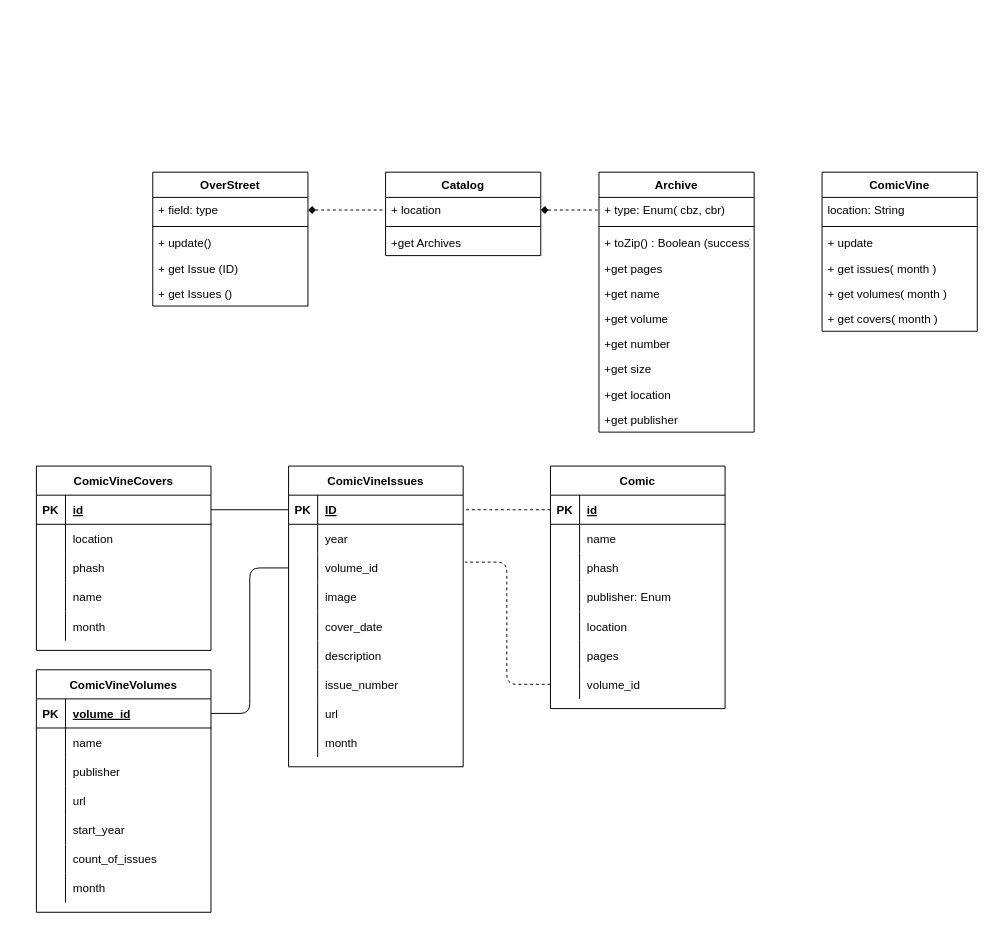
Earlier version of the draw.io diagram longbox.drawio (jdbennet2001/draw.io). Source tidied: cells renumbered, new cells numbered last; positions are measured from the earlier drawing's top-left corner, leaving out a move shared by most shapes. Both pictures are drawn from the tidied source at 97%, with x=0, y=0 at pixel (36, 172).
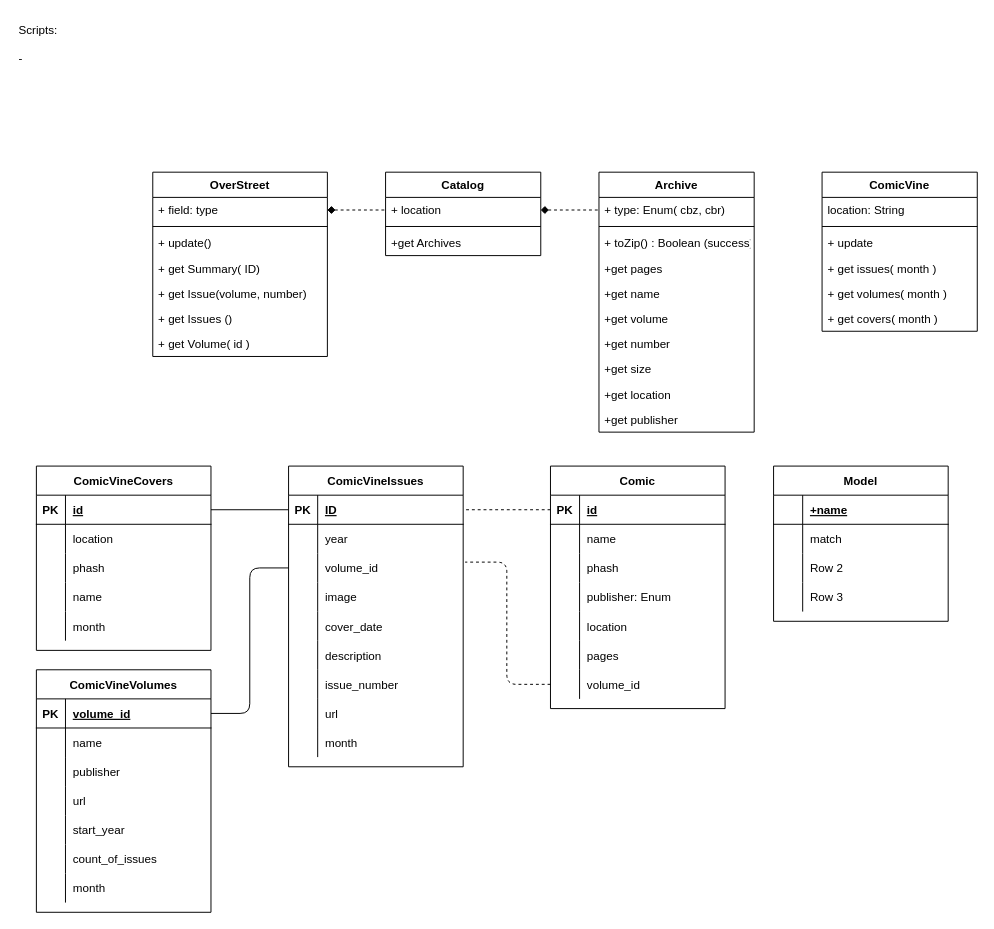
The same diagram, later.

Diff of the diagram source:
```diff
@@
     <mxCell id="112" value="OverStreet" style="swimlane;fontStyle=1;align=center;verticalAlign=top;horizontal=1;startSize=26;" parent="1" vertex="1">
-      <mxGeometry x="120" width="160" height="138" as="geometry" />
+      <mxGeometry x="120" width="180" height="190" as="geometry" />
     </mxCell>
     <mxCell id="113" value="+ field: type" style="text;strokeColor=none;fillColor=none;align=left;verticalAlign=top;spacingLeft=4;spacingRight=4;overflow=hidden;points=[[0,0.5],[1,0.5]];portConstraint=eastwest;" parent="112" vertex="1">
-      <mxGeometry y="26" width="160" height="26" as="geometry" />
+      <mxGeometry y="26" width="180" height="26" as="geometry" />
     </mxCell>
     <mxCell id="114" style="line;strokeWidth=1;fillColor=none;align=left;verticalAlign=middle;spacingTop=-1;spacingLeft=3;spacingRight=3;labelPosition=right;" parent="112" vertex="1">
-      <mxGeometry y="52" width="160" height="8" as="geometry" />
+      <mxGeometry y="52" width="180" height="8" as="geometry" />
     </mxCell>
     <mxCell id="115" value="+ update()" style="text;strokeColor=none;fillColor=none;align=left;verticalAlign=top;spacingLeft=4;spacingRight=4;overflow=hidden;" parent="112" vertex="1">
-      <mxGeometry y="60" width="160" height="26" as="geometry" />
+      <mxGeometry y="60" width="180" height="26" as="geometry" />
     </mxCell>
-    <mxCell id="116" value="+ get Issue (ID)" style="text;strokeColor=none;fillColor=none;align=left;verticalAlign=top;spacingLeft=4;spacingRight=4;overflow=hidden;" parent="112" vertex="1">
-      <mxGeometry y="86" width="160" height="26" as="geometry" />
+    <mxCell id="116" value="+ get Summary( ID)" style="text;strokeColor=none;fillColor=none;align=left;verticalAlign=top;spacingLeft=4;spacingRight=4;overflow=hidden;" parent="112" vertex="1">
+      <mxGeometry y="86" width="180" height="26" as="geometry" />
     </mxCell>
-    <mxCell id="117" value="+ get Issues ()" style="text;strokeColor=none;fillColor=none;align=left;verticalAlign=top;spacingLeft=4;spacingRight=4;overflow=hidden;" parent="112" vertex="1">
-      <mxGeometry y="112" width="160" height="26" as="geometry" />
+    <mxCell id="117" value="+ get Issue(volume, number)" style="text;strokeColor=none;fillColor=none;align=left;verticalAlign=top;spacingLeft=4;spacingRight=4;overflow=hidden;" parent="112" vertex="1">
+      <mxGeometry y="112" width="180" height="26" as="geometry" />
     </mxCell>
+    <mxCell id="124" value="+ get Issues ()" style="text;strokeColor=none;fillColor=none;align=left;verticalAlign=top;spacingLeft=4;spacingRight=4;overflow=hidden;" parent="112" vertex="1">
+      <mxGeometry y="138" width="180" height="26" as="geometry" />
+    </mxCell>
+    <mxCell id="125" value="+ get Volume( id )" style="text;strokeColor=none;fillColor=none;align=left;verticalAlign=top;spacingLeft=4;spacingRight=4;overflow=hidden;" parent="112" vertex="1">
+      <mxGeometry y="164" width="180" height="26" as="geometry" />
+    </mxCell>
@@
+    <mxCell id="126" value="Model" style="shape=table;startSize=30;childLayout=tableLayout;rowLines=0;fontStyle=1;align=center;" parent="1" vertex="1">
+      <mxGeometry x="760" y="303" width="180" height="160" as="geometry" />
+    </mxCell>
+    <mxCell id="127" style="shape=partialRectangle;fillColor=none;top=0;left=0;bottom=1;right=0;" parent="126" vertex="1">
+      <mxGeometry y="30" width="180" height="30" as="geometry" />
+    </mxCell>
+    <mxCell id="128" style="shape=partialRectangle;fillColor=none;top=0;left=0;bottom=0;right=0;fontStyle=1;overflow=hidden;" parent="127" vertex="1">
+      <mxGeometry width="30" height="30" as="geometry" />
+    </mxCell>
+    <mxCell id="129" value="+name" style="shape=partialRectangle;fillColor=none;top=0;left=0;bottom=0;right=0;align=left;spacingLeft=6;fontStyle=5;overflow=hidden;" parent="127" vertex="1">
+      <mxGeometry x="30" width="150" height="30" as="geometry" />
+    </mxCell>
+    <mxCell id="130" style="shape=partialRectangle;fillColor=none;top=0;left=0;bottom=0;right=0;" parent="126" vertex="1">
+      <mxGeometry y="60" width="180" height="30" as="geometry" />
+    </mxCell>
+    <mxCell id="131" style="shape=partialRectangle;fillColor=none;top=0;left=0;bottom=0;right=0;overflow=hidden;" parent="130" vertex="1">
+      <mxGeometry width="30" height="30" as="geometry" />
+    </mxCell>
+    <mxCell id="132" value="match" style="shape=partialRectangle;fillColor=none;top=0;left=0;bottom=0;right=0;align=left;spacingLeft=6;overflow=hidden;" parent="130" vertex="1">
+      <mxGeometry x="30" width="150" height="30" as="geometry" />
+    </mxCell>
+    <mxCell id="133" style="shape=partialRectangle;fillColor=none;top=0;left=0;bottom=0;right=0;" parent="126" vertex="1">
+      <mxGeometry y="90" width="180" height="30" as="geometry" />
+    </mxCell>
+    <mxCell id="134" style="shape=partialRectangle;fillColor=none;top=0;left=0;bottom=0;right=0;overflow=hidden;" parent="133" vertex="1">
+      <mxGeometry width="30" height="30" as="geometry" />
+    </mxCell>
+    <mxCell id="135" value="Row 2" style="shape=partialRectangle;fillColor=none;top=0;left=0;bottom=0;right=0;align=left;spacingLeft=6;overflow=hidden;" parent="133" vertex="1">
+      <mxGeometry x="30" width="150" height="30" as="geometry" />
+    </mxCell>
+    <mxCell id="136" style="shape=partialRectangle;fillColor=none;top=0;left=0;bottom=0;right=0;" parent="126" vertex="1">
+      <mxGeometry y="120" width="180" height="30" as="geometry" />
+    </mxCell>
+    <mxCell id="137" style="shape=partialRectangle;fillColor=none;top=0;left=0;bottom=0;right=0;overflow=hidden;" parent="136" vertex="1">
+      <mxGeometry width="30" height="30" as="geometry" />
+    </mxCell>
+    <mxCell id="138" value="Row 3" style="shape=partialRectangle;fillColor=none;top=0;left=0;bottom=0;right=0;align=left;spacingLeft=6;overflow=hidden;" parent="136" vertex="1">
+      <mxGeometry x="30" width="150" height="30" as="geometry" />
+    </mxCell>
+    <mxCell id="139" value="Scripts:&lt;br&gt;&lt;br&gt;&lt;div style=&quot;&quot;&gt;-&amp;nbsp;&lt;/div&gt;" style="text;html=1;strokeColor=none;fillColor=none;align=left;verticalAlign=top;whiteSpace=wrap;rounded=0;" parent="1" vertex="1">
+      <mxGeometry x="-20" y="-160" width="180" height="80" as="geometry" />
+    </mxCell>
```
